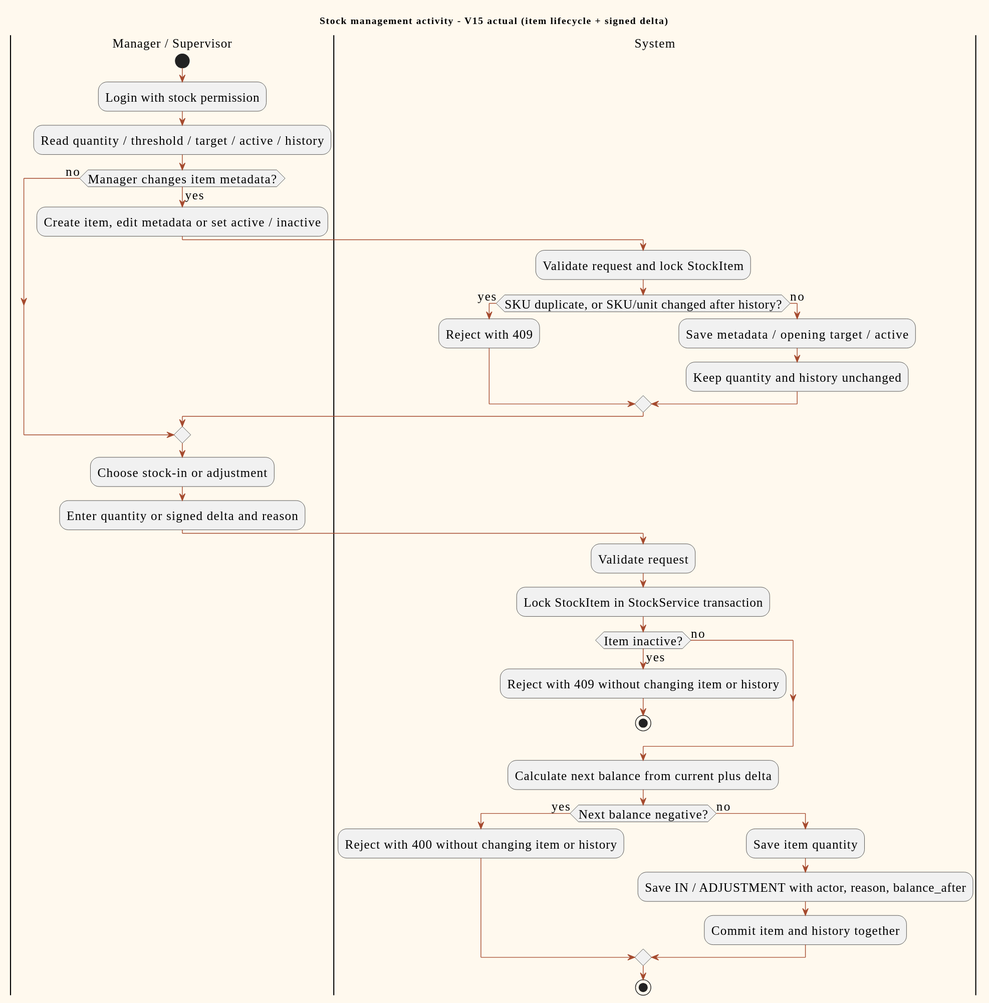
Before: doc/diagrams/previews/activity-stock.svg, a diagram exported from PlantUML (PavaritPramual/buffet-restaurant-management-system).
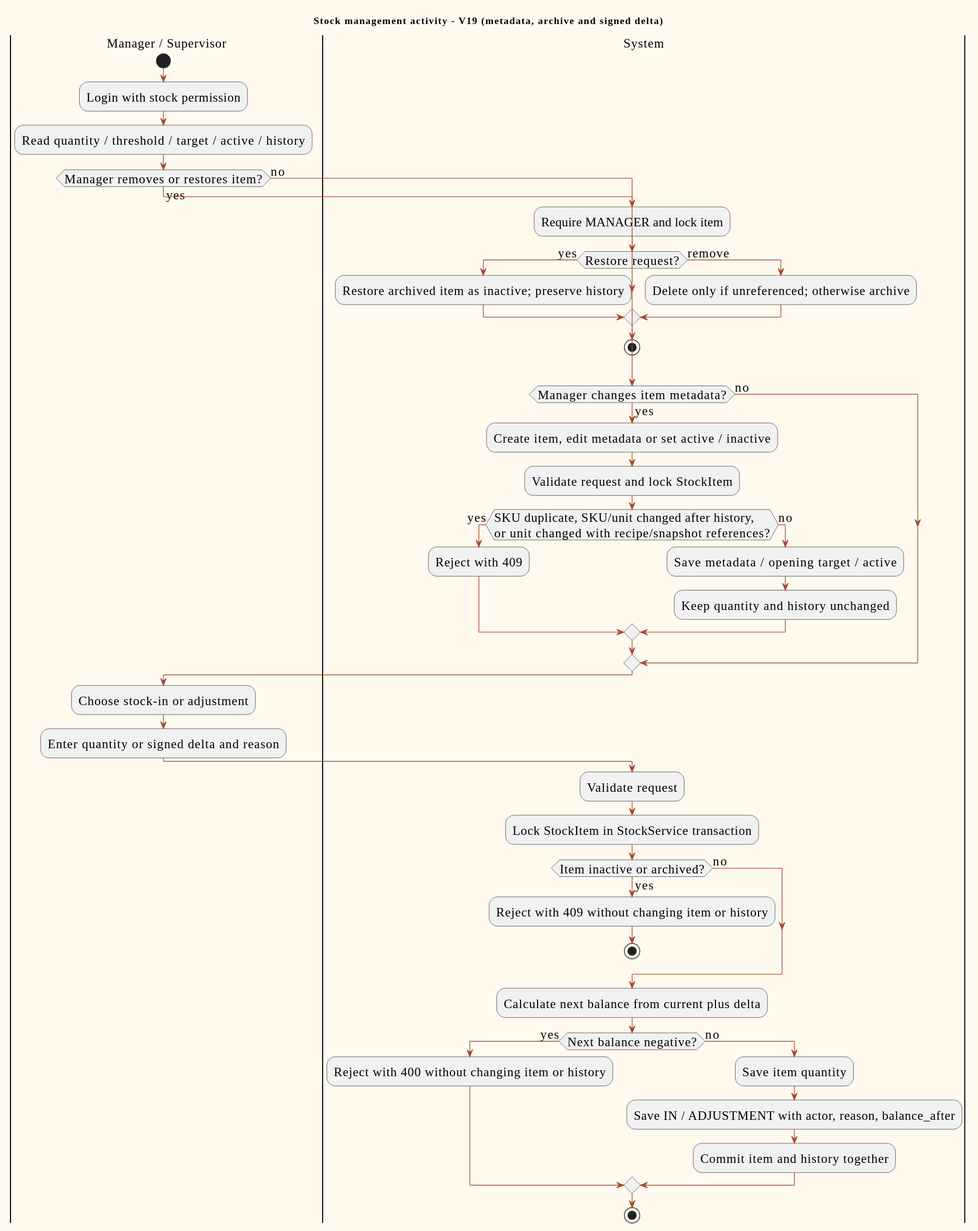
Later version of the same file.

What changed in the source:
```diff
@@ -11,16 +11,27 @@
 skinparam actorBorderColor #173A45
 skinparam usecaseBackgroundColor #F2E6D4
 skinparam usecaseBorderColor #A54A2E
-title Stock management activity - V15 actual (item lifecycle + signed delta)
+title Stock management activity - V19 (metadata, archive and signed delta)
 |Manager / Supervisor|
 start
 :Login with stock permission;
 :Read quantity / threshold / target / active / history;
+if (Manager removes or restores item?) then (yes)
+ |System|
+ :Require MANAGER and lock item;
+ if (Restore request?) then (yes)
+  :Restore archived item as inactive; preserve history;
+ else (remove)
+  :Delete only if unreferenced; otherwise archive;
+ endif
+ stop
+else (no)
+endif
 if (Manager changes item metadata?) then (yes)
  :Create item, edit metadata or set active / inactive;
  |System|
  :Validate request and lock StockItem;
- if (SKU duplicate, or SKU/unit changed after history?) then (yes)
+ if (SKU duplicate, SKU/unit changed after history,\nor unit changed with recipe/snapshot references?) then (yes)
   :Reject with 409;
  else (no)
   :Save metadata / opening target / active;
@@ -34,7 +45,7 @@
 |System|
 :Validate request;
 :Lock StockItem in StockService transaction;
-if (Item inactive?) then (yes)
+if (Item inactive or archived?) then (yes)
  :Reject with 409 without changing item or history;
  stop
 else (no)
```
